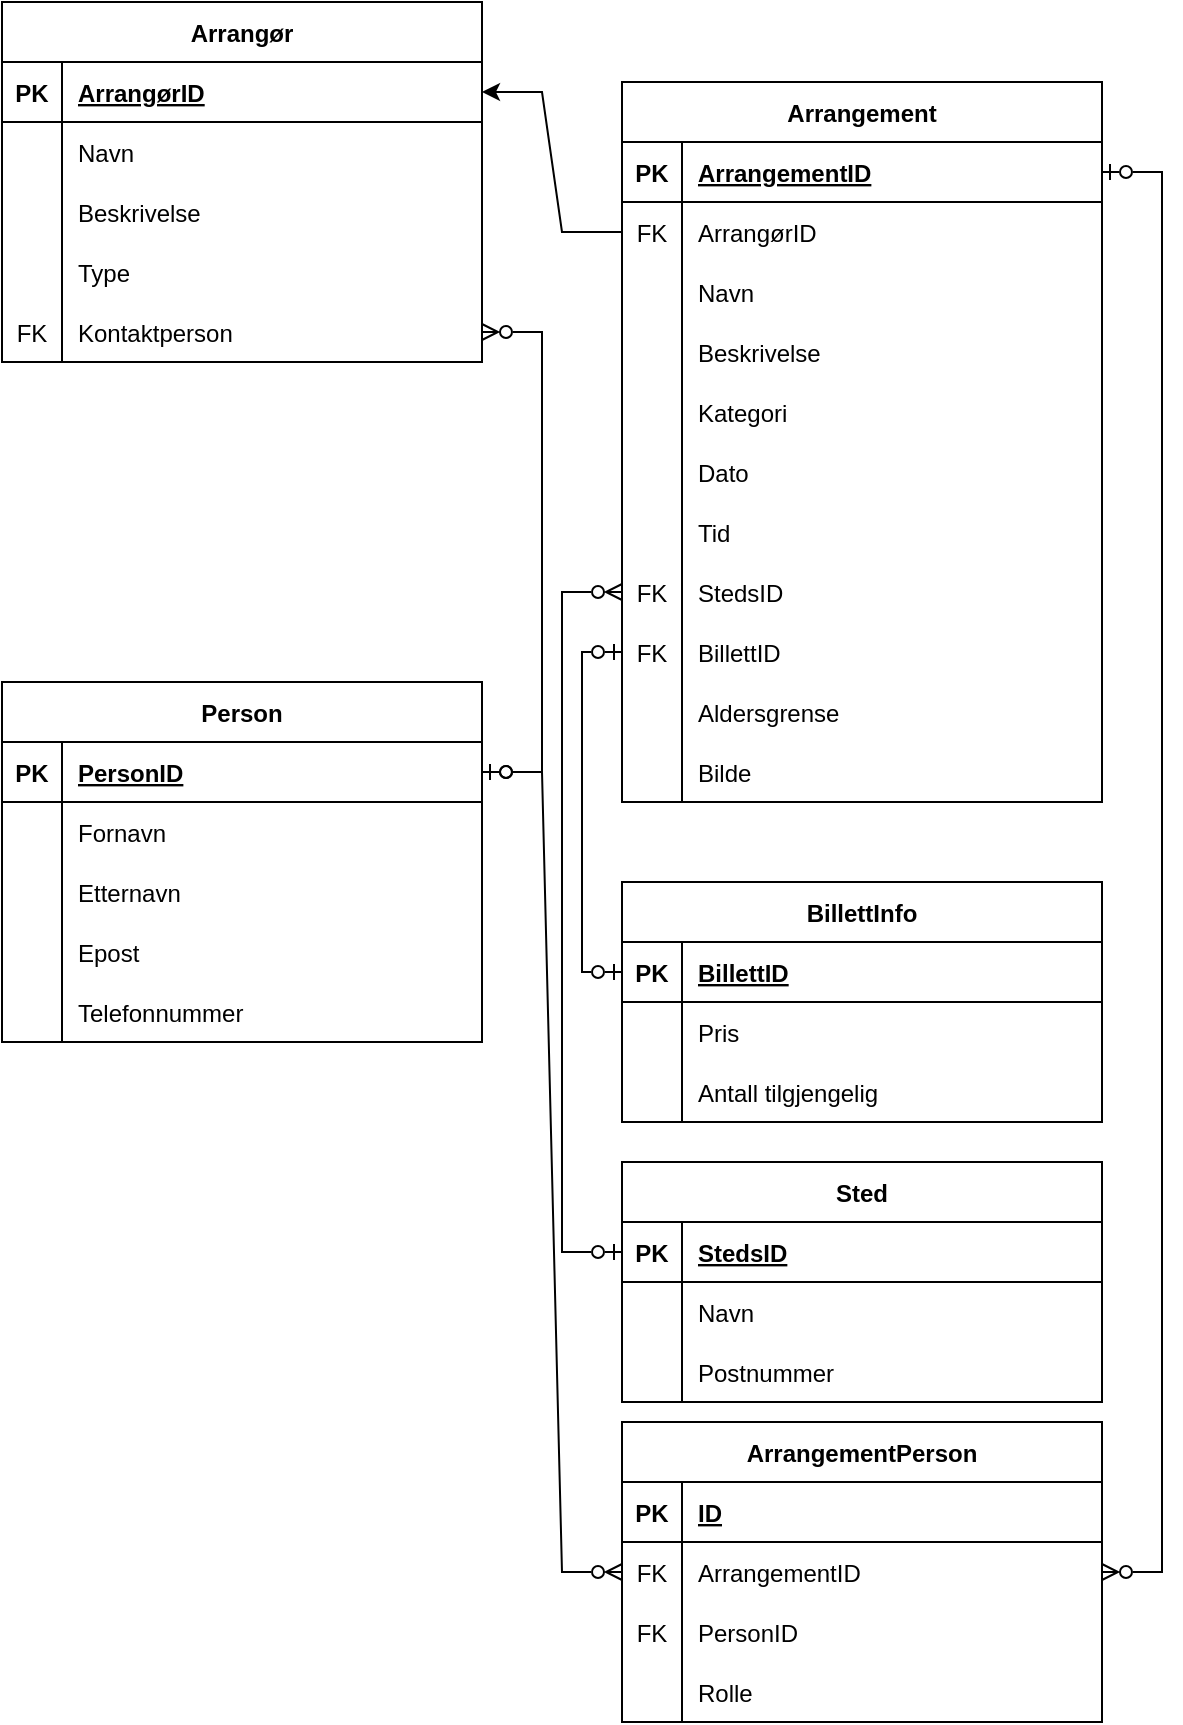
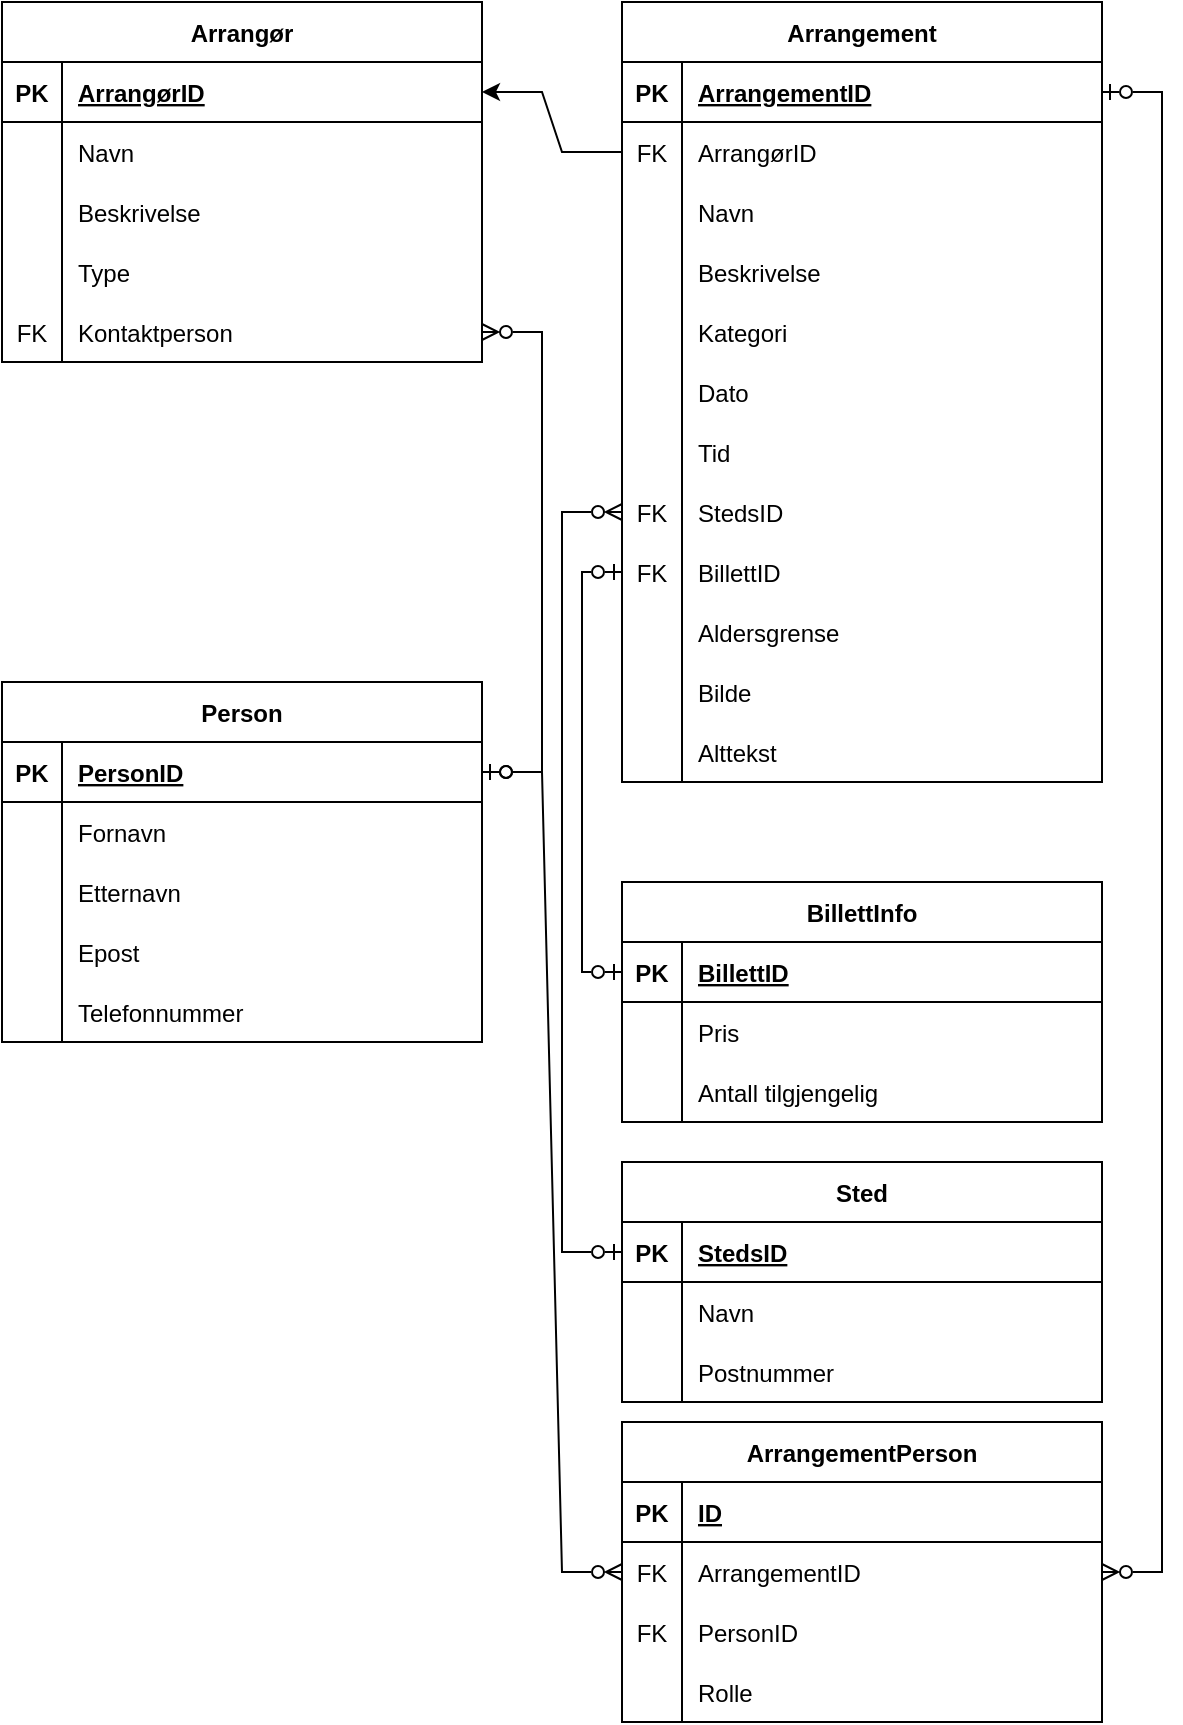
<mxfile host="Electron" agent="5.0 (Macintosh; Intel Mac OS X 10_14_6) AppleWebKit/537.36 (KHTML, like Gecko) Chrome/83.0.4103.116 Safari/537.36">
  <diagram id="R2lEEEUBdFMjLlhIrx00" name="Page-1">
-     <mxGraphModel dx="1186" dy="1113" grid="1" gridSize="10" guides="1" tooltips="1" connect="1" arrows="1" fold="1" page="1" pageScale="1" pageWidth="850" pageHeight="1100" math="0" shadow="0" extFonts="Permanent Marker^https://fonts.googleapis.com/css?family=Permanent+Marker">
+     <mxGraphModel dx="664" dy="623" grid="1" gridSize="10" guides="1" tooltips="1" connect="1" arrows="1" fold="1" page="1" pageScale="1" pageWidth="850" pageHeight="1100" math="0" shadow="0" extFonts="Permanent Marker^https://fonts.googleapis.com/css?family=Permanent+Marker">
      <root>
        <mxCell id="0" />
        <mxCell id="1" parent="0" />
        <mxCell id="C-vyLk0tnHw3VtMMgP7b-23" parent="1" style="shape=table;startSize=30;container=1;collapsible=1;childLayout=tableLayout;fixedRows=1;rowLines=0;fontStyle=1;align=center;resizeLast=1;verticalAlign=middle;" value="Arrangør" vertex="1">
          <mxGeometry height="180" width="240" x="10" y="10" as="geometry" />
        </mxCell>
        <mxCell id="C-vyLk0tnHw3VtMMgP7b-24" parent="C-vyLk0tnHw3VtMMgP7b-23" style="shape=partialRectangle;collapsible=0;dropTarget=0;pointerEvents=0;fillColor=none;points=[[0,0.5],[1,0.5]];portConstraint=eastwest;top=0;left=0;right=0;bottom=1;" value="" vertex="1">
          <mxGeometry height="30" width="240" y="30" as="geometry" />
        </mxCell>
        <mxCell id="C-vyLk0tnHw3VtMMgP7b-25" parent="C-vyLk0tnHw3VtMMgP7b-24" style="shape=partialRectangle;overflow=hidden;connectable=0;fillColor=none;top=0;left=0;bottom=0;right=0;fontStyle=1;" value="PK" vertex="1">
          <mxGeometry height="30" width="30" as="geometry">
            <mxRectangle height="30" width="30" as="alternateBounds" />
          </mxGeometry>
        </mxCell>
        <mxCell id="C-vyLk0tnHw3VtMMgP7b-26" parent="C-vyLk0tnHw3VtMMgP7b-24" style="shape=partialRectangle;overflow=hidden;connectable=0;fillColor=none;top=0;left=0;bottom=0;right=0;align=left;spacingLeft=6;fontStyle=5;" value="ArrangørID" vertex="1">
          <mxGeometry height="30" width="210" x="30" as="geometry">
            <mxRectangle height="30" width="210" as="alternateBounds" />
          </mxGeometry>
        </mxCell>
        <mxCell id="C-vyLk0tnHw3VtMMgP7b-27" parent="C-vyLk0tnHw3VtMMgP7b-23" style="shape=partialRectangle;collapsible=0;dropTarget=0;pointerEvents=0;fillColor=none;points=[[0,0.5],[1,0.5]];portConstraint=eastwest;top=0;left=0;right=0;bottom=0;" value="" vertex="1">
          <mxGeometry height="30" width="240" y="60" as="geometry" />
        </mxCell>
        <mxCell id="C-vyLk0tnHw3VtMMgP7b-28" parent="C-vyLk0tnHw3VtMMgP7b-27" style="shape=partialRectangle;overflow=hidden;connectable=0;fillColor=none;top=0;left=0;bottom=0;right=0;" value="" vertex="1">
          <mxGeometry height="30" width="30" as="geometry">
            <mxRectangle height="30" width="30" as="alternateBounds" />
          </mxGeometry>
        </mxCell>
        <mxCell id="C-vyLk0tnHw3VtMMgP7b-29" parent="C-vyLk0tnHw3VtMMgP7b-27" style="shape=partialRectangle;overflow=hidden;connectable=0;fillColor=none;top=0;left=0;bottom=0;right=0;align=left;spacingLeft=6;" value="Navn" vertex="1">
          <mxGeometry height="30" width="210" x="30" as="geometry">
            <mxRectangle height="30" width="210" as="alternateBounds" />
          </mxGeometry>
        </mxCell>
        <mxCell id="1S-M44xLKcjsxalEJHOx-27" parent="C-vyLk0tnHw3VtMMgP7b-23" style="shape=partialRectangle;collapsible=0;dropTarget=0;pointerEvents=0;fillColor=none;points=[[0,0.5],[1,0.5]];portConstraint=eastwest;top=0;left=0;right=0;bottom=0;" vertex="1">
          <mxGeometry height="30" width="240" y="90" as="geometry" />
        </mxCell>
        <mxCell id="1S-M44xLKcjsxalEJHOx-28" parent="1S-M44xLKcjsxalEJHOx-27" style="shape=partialRectangle;overflow=hidden;connectable=0;fillColor=none;top=0;left=0;bottom=0;right=0;" vertex="1">
          <mxGeometry height="30" width="30" as="geometry">
            <mxRectangle height="30" width="30" as="alternateBounds" />
          </mxGeometry>
        </mxCell>
        <mxCell id="1S-M44xLKcjsxalEJHOx-29" parent="1S-M44xLKcjsxalEJHOx-27" style="shape=partialRectangle;overflow=hidden;connectable=0;fillColor=none;top=0;left=0;bottom=0;right=0;align=left;spacingLeft=6;" value="Beskrivelse" vertex="1">
          <mxGeometry height="30" width="210" x="30" as="geometry">
            <mxRectangle height="30" width="210" as="alternateBounds" />
          </mxGeometry>
        </mxCell>
        <mxCell id="1S-M44xLKcjsxalEJHOx-33" parent="C-vyLk0tnHw3VtMMgP7b-23" style="shape=partialRectangle;collapsible=0;dropTarget=0;pointerEvents=0;fillColor=none;points=[[0,0.5],[1,0.5]];portConstraint=eastwest;top=0;left=0;right=0;bottom=0;" vertex="1">
          <mxGeometry height="30" width="240" y="120" as="geometry" />
        </mxCell>
        <mxCell id="1S-M44xLKcjsxalEJHOx-34" parent="1S-M44xLKcjsxalEJHOx-33" style="shape=partialRectangle;overflow=hidden;connectable=0;fillColor=none;top=0;left=0;bottom=0;right=0;" vertex="1">
          <mxGeometry height="30" width="30" as="geometry">
            <mxRectangle height="30" width="30" as="alternateBounds" />
          </mxGeometry>
        </mxCell>
        <mxCell id="1S-M44xLKcjsxalEJHOx-35" parent="1S-M44xLKcjsxalEJHOx-33" style="shape=partialRectangle;overflow=hidden;connectable=0;fillColor=none;top=0;left=0;bottom=0;right=0;align=left;spacingLeft=6;" value="Type" vertex="1">
          <mxGeometry height="30" width="210" x="30" as="geometry">
            <mxRectangle height="30" width="210" as="alternateBounds" />
          </mxGeometry>
        </mxCell>
        <mxCell id="1S-M44xLKcjsxalEJHOx-58" parent="C-vyLk0tnHw3VtMMgP7b-23" style="shape=partialRectangle;collapsible=0;dropTarget=0;pointerEvents=0;fillColor=none;points=[[0,0.5],[1,0.5]];portConstraint=eastwest;top=0;left=0;right=0;bottom=0;" vertex="1">
          <mxGeometry height="30" width="240" y="150" as="geometry" />
        </mxCell>
        <mxCell id="1S-M44xLKcjsxalEJHOx-59" parent="1S-M44xLKcjsxalEJHOx-58" style="shape=partialRectangle;overflow=hidden;connectable=0;fillColor=none;top=0;left=0;bottom=0;right=0;" value="FK" vertex="1">
          <mxGeometry height="30" width="30" as="geometry">
            <mxRectangle height="30" width="30" as="alternateBounds" />
          </mxGeometry>
        </mxCell>
        <mxCell id="1S-M44xLKcjsxalEJHOx-60" parent="1S-M44xLKcjsxalEJHOx-58" style="shape=partialRectangle;overflow=hidden;connectable=0;fillColor=none;top=0;left=0;bottom=0;right=0;align=left;spacingLeft=6;" value="Kontaktperson" vertex="1">
          <mxGeometry height="30" width="210" x="30" as="geometry">
            <mxRectangle height="30" width="210" as="alternateBounds" />
          </mxGeometry>
        </mxCell>
        <mxCell id="1S-M44xLKcjsxalEJHOx-5" parent="1" style="shape=table;startSize=30;container=1;collapsible=1;childLayout=tableLayout;fixedRows=1;rowLines=0;fontStyle=1;align=center;resizeLast=1;verticalAlign=middle;" value="Arrangement" vertex="1">
-           <mxGeometry height="360" width="240" x="320" y="50" as="geometry" />
+           <mxGeometry height="390" width="240" x="320" y="10" as="geometry" />
        </mxCell>
        <mxCell id="1S-M44xLKcjsxalEJHOx-6" parent="1S-M44xLKcjsxalEJHOx-5" style="shape=partialRectangle;collapsible=0;dropTarget=0;pointerEvents=0;fillColor=none;points=[[0,0.5],[1,0.5]];portConstraint=eastwest;top=0;left=0;right=0;bottom=1;" value="" vertex="1">
          <mxGeometry height="30" width="240" y="30" as="geometry" />
        </mxCell>
        <mxCell id="1S-M44xLKcjsxalEJHOx-7" parent="1S-M44xLKcjsxalEJHOx-6" style="shape=partialRectangle;overflow=hidden;connectable=0;fillColor=none;top=0;left=0;bottom=0;right=0;fontStyle=1;" value="PK" vertex="1">
          <mxGeometry height="30" width="30" as="geometry">
            <mxRectangle height="30" width="30" as="alternateBounds" />
          </mxGeometry>
        </mxCell>
        <mxCell id="1S-M44xLKcjsxalEJHOx-8" parent="1S-M44xLKcjsxalEJHOx-6" style="shape=partialRectangle;overflow=hidden;connectable=0;fillColor=none;top=0;left=0;bottom=0;right=0;align=left;spacingLeft=6;fontStyle=5;" value="ArrangementID" vertex="1">
          <mxGeometry height="30" width="210" x="30" as="geometry">
            <mxRectangle height="30" width="210" as="alternateBounds" />
          </mxGeometry>
        </mxCell>
        <mxCell id="1S-M44xLKcjsxalEJHOx-106" parent="1S-M44xLKcjsxalEJHOx-5" style="shape=partialRectangle;collapsible=0;dropTarget=0;pointerEvents=0;fillColor=none;points=[[0,0.5],[1,0.5]];portConstraint=eastwest;top=0;left=0;right=0;bottom=0;" vertex="1">
          <mxGeometry height="30" width="240" y="60" as="geometry" />
        </mxCell>
        <mxCell id="1S-M44xLKcjsxalEJHOx-107" parent="1S-M44xLKcjsxalEJHOx-106" style="shape=partialRectangle;overflow=hidden;connectable=0;fillColor=none;top=0;left=0;bottom=0;right=0;" value="FK" vertex="1">
          <mxGeometry height="30" width="30" as="geometry">
            <mxRectangle height="30" width="30" as="alternateBounds" />
          </mxGeometry>
        </mxCell>
        <mxCell id="1S-M44xLKcjsxalEJHOx-108" parent="1S-M44xLKcjsxalEJHOx-106" style="shape=partialRectangle;overflow=hidden;connectable=0;fillColor=none;top=0;left=0;bottom=0;right=0;align=left;spacingLeft=6;" value="ArrangørID" vertex="1">
          <mxGeometry height="30" width="210" x="30" as="geometry">
            <mxRectangle height="30" width="210" as="alternateBounds" />
          </mxGeometry>
        </mxCell>
        <mxCell id="1S-M44xLKcjsxalEJHOx-9" parent="1S-M44xLKcjsxalEJHOx-5" style="shape=partialRectangle;collapsible=0;dropTarget=0;pointerEvents=0;fillColor=none;points=[[0,0.5],[1,0.5]];portConstraint=eastwest;top=0;left=0;right=0;bottom=0;" value="" vertex="1">
          <mxGeometry height="30" width="240" y="90" as="geometry" />
        </mxCell>
        <mxCell id="1S-M44xLKcjsxalEJHOx-10" parent="1S-M44xLKcjsxalEJHOx-9" style="shape=partialRectangle;overflow=hidden;connectable=0;fillColor=none;top=0;left=0;bottom=0;right=0;" value="" vertex="1">
          <mxGeometry height="30" width="30" as="geometry">
            <mxRectangle height="30" width="30" as="alternateBounds" />
          </mxGeometry>
        </mxCell>
        <mxCell id="1S-M44xLKcjsxalEJHOx-11" parent="1S-M44xLKcjsxalEJHOx-9" style="shape=partialRectangle;overflow=hidden;connectable=0;fillColor=none;top=0;left=0;bottom=0;right=0;align=left;spacingLeft=6;" value="Navn" vertex="1">
          <mxGeometry height="30" width="210" x="30" as="geometry">
            <mxRectangle height="30" width="210" as="alternateBounds" />
          </mxGeometry>
        </mxCell>
        <mxCell id="1S-M44xLKcjsxalEJHOx-24" parent="1S-M44xLKcjsxalEJHOx-5" style="shape=partialRectangle;collapsible=0;dropTarget=0;pointerEvents=0;fillColor=none;points=[[0,0.5],[1,0.5]];portConstraint=eastwest;top=0;left=0;right=0;bottom=0;" vertex="1">
          <mxGeometry height="30" width="240" y="120" as="geometry" />
        </mxCell>
        <mxCell id="1S-M44xLKcjsxalEJHOx-25" parent="1S-M44xLKcjsxalEJHOx-24" style="shape=partialRectangle;overflow=hidden;connectable=0;fillColor=none;top=0;left=0;bottom=0;right=0;" vertex="1">
          <mxGeometry height="30" width="30" as="geometry">
            <mxRectangle height="30" width="30" as="alternateBounds" />
          </mxGeometry>
        </mxCell>
        <mxCell id="1S-M44xLKcjsxalEJHOx-26" parent="1S-M44xLKcjsxalEJHOx-24" style="shape=partialRectangle;overflow=hidden;connectable=0;fillColor=none;top=0;left=0;bottom=0;right=0;align=left;spacingLeft=6;" value="Beskrivelse" vertex="1">
          <mxGeometry height="30" width="210" x="30" as="geometry">
            <mxRectangle height="30" width="210" as="alternateBounds" />
          </mxGeometry>
        </mxCell>
        <mxCell id="1S-M44xLKcjsxalEJHOx-30" parent="1S-M44xLKcjsxalEJHOx-5" style="shape=partialRectangle;collapsible=0;dropTarget=0;pointerEvents=0;fillColor=none;points=[[0,0.5],[1,0.5]];portConstraint=eastwest;top=0;left=0;right=0;bottom=0;" vertex="1">
          <mxGeometry height="30" width="240" y="150" as="geometry" />
        </mxCell>
        <mxCell id="1S-M44xLKcjsxalEJHOx-31" parent="1S-M44xLKcjsxalEJHOx-30" style="shape=partialRectangle;overflow=hidden;connectable=0;fillColor=none;top=0;left=0;bottom=0;right=0;" vertex="1">
          <mxGeometry height="30" width="30" as="geometry">
            <mxRectangle height="30" width="30" as="alternateBounds" />
          </mxGeometry>
        </mxCell>
        <mxCell id="1S-M44xLKcjsxalEJHOx-32" parent="1S-M44xLKcjsxalEJHOx-30" style="shape=partialRectangle;overflow=hidden;connectable=0;fillColor=none;top=0;left=0;bottom=0;right=0;align=left;spacingLeft=6;" value="Kategori" vertex="1">
          <mxGeometry height="30" width="210" x="30" as="geometry">
            <mxRectangle height="30" width="210" as="alternateBounds" />
          </mxGeometry>
        </mxCell>
        <mxCell id="1S-M44xLKcjsxalEJHOx-15" parent="1S-M44xLKcjsxalEJHOx-5" style="shape=partialRectangle;collapsible=0;dropTarget=0;pointerEvents=0;fillColor=none;points=[[0,0.5],[1,0.5]];portConstraint=eastwest;top=0;left=0;right=0;bottom=0;" vertex="1">
          <mxGeometry height="30" width="240" y="180" as="geometry" />
        </mxCell>
        <mxCell id="1S-M44xLKcjsxalEJHOx-16" parent="1S-M44xLKcjsxalEJHOx-15" style="shape=partialRectangle;overflow=hidden;connectable=0;fillColor=none;top=0;left=0;bottom=0;right=0;" vertex="1">
          <mxGeometry height="30" width="30" as="geometry">
            <mxRectangle height="30" width="30" as="alternateBounds" />
          </mxGeometry>
        </mxCell>
        <mxCell id="1S-M44xLKcjsxalEJHOx-17" parent="1S-M44xLKcjsxalEJHOx-15" style="shape=partialRectangle;overflow=hidden;connectable=0;fillColor=none;top=0;left=0;bottom=0;right=0;align=left;spacingLeft=6;" value="Dato" vertex="1">
          <mxGeometry height="30" width="210" x="30" as="geometry">
            <mxRectangle height="30" width="210" as="alternateBounds" />
          </mxGeometry>
        </mxCell>
        <mxCell id="1S-M44xLKcjsxalEJHOx-181" parent="1S-M44xLKcjsxalEJHOx-5" style="shape=partialRectangle;collapsible=0;dropTarget=0;pointerEvents=0;fillColor=none;points=[[0,0.5],[1,0.5]];portConstraint=eastwest;top=0;left=0;right=0;bottom=0;" vertex="1">
          <mxGeometry height="30" width="240" y="210" as="geometry" />
        </mxCell>
        <mxCell id="1S-M44xLKcjsxalEJHOx-182" parent="1S-M44xLKcjsxalEJHOx-181" style="shape=partialRectangle;overflow=hidden;connectable=0;fillColor=none;top=0;left=0;bottom=0;right=0;" vertex="1">
          <mxGeometry height="30" width="30" as="geometry">
            <mxRectangle height="30" width="30" as="alternateBounds" />
          </mxGeometry>
        </mxCell>
        <mxCell id="1S-M44xLKcjsxalEJHOx-183" parent="1S-M44xLKcjsxalEJHOx-181" style="shape=partialRectangle;overflow=hidden;connectable=0;fillColor=none;top=0;left=0;bottom=0;right=0;align=left;spacingLeft=6;" value="Tid" vertex="1">
          <mxGeometry height="30" width="210" x="30" as="geometry">
            <mxRectangle height="30" width="210" as="alternateBounds" />
          </mxGeometry>
        </mxCell>
        <mxCell id="1S-M44xLKcjsxalEJHOx-18" parent="1S-M44xLKcjsxalEJHOx-5" style="shape=partialRectangle;collapsible=0;dropTarget=0;pointerEvents=0;fillColor=none;points=[[0,0.5],[1,0.5]];portConstraint=eastwest;top=0;left=0;right=0;bottom=0;" vertex="1">
          <mxGeometry height="30" width="240" y="240" as="geometry" />
        </mxCell>
        <mxCell id="1S-M44xLKcjsxalEJHOx-19" parent="1S-M44xLKcjsxalEJHOx-18" style="shape=partialRectangle;overflow=hidden;connectable=0;fillColor=none;top=0;left=0;bottom=0;right=0;" value="FK" vertex="1">
          <mxGeometry height="30" width="30" as="geometry">
            <mxRectangle height="30" width="30" as="alternateBounds" />
          </mxGeometry>
        </mxCell>
        <mxCell id="1S-M44xLKcjsxalEJHOx-20" parent="1S-M44xLKcjsxalEJHOx-18" style="shape=partialRectangle;overflow=hidden;connectable=0;fillColor=none;top=0;left=0;bottom=0;right=0;align=left;spacingLeft=6;" value="StedsID" vertex="1">
          <mxGeometry height="30" width="210" x="30" as="geometry">
            <mxRectangle height="30" width="210" as="alternateBounds" />
          </mxGeometry>
        </mxCell>
        <mxCell id="G64T71vgUDkfjkmJR2kD-2" parent="1S-M44xLKcjsxalEJHOx-5" style="shape=partialRectangle;collapsible=0;dropTarget=0;pointerEvents=0;fillColor=none;points=[[0,0.5],[1,0.5]];portConstraint=eastwest;top=0;left=0;right=0;bottom=0;" vertex="1">
          <mxGeometry height="30" width="240" y="270" as="geometry" />
        </mxCell>
        <mxCell id="G64T71vgUDkfjkmJR2kD-3" parent="G64T71vgUDkfjkmJR2kD-2" style="shape=partialRectangle;overflow=hidden;connectable=0;fillColor=none;top=0;left=0;bottom=0;right=0;" value="FK" vertex="1">
          <mxGeometry height="30" width="30" as="geometry">
            <mxRectangle height="30" width="30" as="alternateBounds" />
          </mxGeometry>
        </mxCell>
        <mxCell id="G64T71vgUDkfjkmJR2kD-4" parent="G64T71vgUDkfjkmJR2kD-2" style="shape=partialRectangle;overflow=hidden;connectable=0;fillColor=none;top=0;left=0;bottom=0;right=0;align=left;spacingLeft=6;" value="BillettID" vertex="1">
          <mxGeometry height="30" width="210" x="30" as="geometry">
            <mxRectangle height="30" width="210" as="alternateBounds" />
          </mxGeometry>
        </mxCell>
        <mxCell id="1S-M44xLKcjsxalEJHOx-93" parent="1S-M44xLKcjsxalEJHOx-5" style="shape=partialRectangle;collapsible=0;dropTarget=0;pointerEvents=0;fillColor=none;points=[[0,0.5],[1,0.5]];portConstraint=eastwest;top=0;left=0;right=0;bottom=0;" vertex="1">
          <mxGeometry height="30" width="240" y="300" as="geometry" />
        </mxCell>
        <mxCell id="1S-M44xLKcjsxalEJHOx-94" parent="1S-M44xLKcjsxalEJHOx-93" style="shape=partialRectangle;overflow=hidden;connectable=0;fillColor=none;top=0;left=0;bottom=0;right=0;" vertex="1">
          <mxGeometry height="30" width="30" as="geometry">
            <mxRectangle height="30" width="30" as="alternateBounds" />
          </mxGeometry>
        </mxCell>
        <mxCell id="1S-M44xLKcjsxalEJHOx-95" parent="1S-M44xLKcjsxalEJHOx-93" style="shape=partialRectangle;overflow=hidden;connectable=0;fillColor=none;top=0;left=0;bottom=0;right=0;align=left;spacingLeft=6;" value="Aldersgrense" vertex="1">
          <mxGeometry height="30" width="210" x="30" as="geometry">
            <mxRectangle height="30" width="210" as="alternateBounds" />
          </mxGeometry>
        </mxCell>
        <mxCell id="A2wQ_HmbxGF1lecq1gV0-1" parent="1S-M44xLKcjsxalEJHOx-5" style="shape=partialRectangle;collapsible=0;dropTarget=0;pointerEvents=0;fillColor=none;points=[[0,0.5],[1,0.5]];portConstraint=eastwest;top=0;left=0;right=0;bottom=0;" vertex="1">
          <mxGeometry height="30" width="240" y="330" as="geometry" />
        </mxCell>
        <mxCell id="A2wQ_HmbxGF1lecq1gV0-2" parent="A2wQ_HmbxGF1lecq1gV0-1" style="shape=partialRectangle;overflow=hidden;connectable=0;fillColor=none;top=0;left=0;bottom=0;right=0;" vertex="1">
          <mxGeometry height="30" width="30" as="geometry">
            <mxRectangle height="30" width="30" as="alternateBounds" />
          </mxGeometry>
        </mxCell>
        <mxCell id="A2wQ_HmbxGF1lecq1gV0-3" parent="A2wQ_HmbxGF1lecq1gV0-1" style="shape=partialRectangle;overflow=hidden;connectable=0;fillColor=none;top=0;left=0;bottom=0;right=0;align=left;spacingLeft=6;" value="Bilde" vertex="1">
+           <mxGeometry height="30" width="210" x="30" as="geometry">
+             <mxRectangle height="30" width="210" as="alternateBounds" />
+           </mxGeometry>
+         </mxCell>
+         <mxCell id="Oh1yPahPTa3W9YxjzJtB-1" parent="1S-M44xLKcjsxalEJHOx-5" style="shape=partialRectangle;collapsible=0;dropTarget=0;pointerEvents=0;fillColor=none;points=[[0,0.5],[1,0.5]];portConstraint=eastwest;top=0;left=0;right=0;bottom=0;" vertex="1">
+           <mxGeometry height="30" width="240" y="360" as="geometry" />
+         </mxCell>
+         <mxCell id="Oh1yPahPTa3W9YxjzJtB-2" parent="Oh1yPahPTa3W9YxjzJtB-1" style="shape=partialRectangle;overflow=hidden;connectable=0;fillColor=none;top=0;left=0;bottom=0;right=0;" vertex="1">
+           <mxGeometry height="30" width="30" as="geometry">
+             <mxRectangle height="30" width="30" as="alternateBounds" />
+           </mxGeometry>
+         </mxCell>
+         <mxCell id="Oh1yPahPTa3W9YxjzJtB-3" parent="Oh1yPahPTa3W9YxjzJtB-1" style="shape=partialRectangle;overflow=hidden;connectable=0;fillColor=none;top=0;left=0;bottom=0;right=0;align=left;spacingLeft=6;" value="Alttekst" vertex="1">
          <mxGeometry height="30" width="210" x="30" as="geometry">
            <mxRectangle height="30" width="210" as="alternateBounds" />
          </mxGeometry>
        </mxCell>
        <mxCell id="1S-M44xLKcjsxalEJHOx-36" parent="1" style="shape=table;startSize=30;container=1;collapsible=1;childLayout=tableLayout;fixedRows=1;rowLines=0;fontStyle=1;align=center;resizeLast=1;verticalAlign=middle;" value="Sted" vertex="1">
          <mxGeometry height="120" width="240" x="320" y="590" as="geometry" />
        </mxCell>
        <mxCell id="1S-M44xLKcjsxalEJHOx-37" parent="1S-M44xLKcjsxalEJHOx-36" style="shape=partialRectangle;collapsible=0;dropTarget=0;pointerEvents=0;fillColor=none;points=[[0,0.5],[1,0.5]];portConstraint=eastwest;top=0;left=0;right=0;bottom=1;" value="" vertex="1">
          <mxGeometry height="30" width="240" y="30" as="geometry" />
        </mxCell>
        <mxCell id="1S-M44xLKcjsxalEJHOx-38" parent="1S-M44xLKcjsxalEJHOx-37" style="shape=partialRectangle;overflow=hidden;connectable=0;fillColor=none;top=0;left=0;bottom=0;right=0;fontStyle=1;" value="PK" vertex="1">
          <mxGeometry height="30" width="30" as="geometry">
            <mxRectangle height="30" width="30" as="alternateBounds" />
          </mxGeometry>
        </mxCell>
        <mxCell id="1S-M44xLKcjsxalEJHOx-39" parent="1S-M44xLKcjsxalEJHOx-37" style="shape=partialRectangle;overflow=hidden;connectable=0;fillColor=none;top=0;left=0;bottom=0;right=0;align=left;spacingLeft=6;fontStyle=5;" value="StedsID" vertex="1">
          <mxGeometry height="30" width="210" x="30" as="geometry">
            <mxRectangle height="30" width="210" as="alternateBounds" />
          </mxGeometry>
        </mxCell>
        <mxCell id="1S-M44xLKcjsxalEJHOx-40" parent="1S-M44xLKcjsxalEJHOx-36" style="shape=partialRectangle;collapsible=0;dropTarget=0;pointerEvents=0;fillColor=none;points=[[0,0.5],[1,0.5]];portConstraint=eastwest;top=0;left=0;right=0;bottom=0;" value="" vertex="1">
          <mxGeometry height="30" width="240" y="60" as="geometry" />
        </mxCell>
        <mxCell id="1S-M44xLKcjsxalEJHOx-41" parent="1S-M44xLKcjsxalEJHOx-40" style="shape=partialRectangle;overflow=hidden;connectable=0;fillColor=none;top=0;left=0;bottom=0;right=0;" value="" vertex="1">
          <mxGeometry height="30" width="30" as="geometry">
            <mxRectangle height="30" width="30" as="alternateBounds" />
          </mxGeometry>
        </mxCell>
        <mxCell id="1S-M44xLKcjsxalEJHOx-42" parent="1S-M44xLKcjsxalEJHOx-40" style="shape=partialRectangle;overflow=hidden;connectable=0;fillColor=none;top=0;left=0;bottom=0;right=0;align=left;spacingLeft=6;" value="Navn" vertex="1">
          <mxGeometry height="30" width="210" x="30" as="geometry">
            <mxRectangle height="30" width="210" as="alternateBounds" />
          </mxGeometry>
        </mxCell>
        <mxCell id="1S-M44xLKcjsxalEJHOx-52" parent="1S-M44xLKcjsxalEJHOx-36" style="shape=partialRectangle;collapsible=0;dropTarget=0;pointerEvents=0;fillColor=none;points=[[0,0.5],[1,0.5]];portConstraint=eastwest;top=0;left=0;right=0;bottom=0;" vertex="1">
          <mxGeometry height="30" width="240" y="90" as="geometry" />
        </mxCell>
        <mxCell id="1S-M44xLKcjsxalEJHOx-53" parent="1S-M44xLKcjsxalEJHOx-52" style="shape=partialRectangle;overflow=hidden;connectable=0;fillColor=none;top=0;left=0;bottom=0;right=0;" vertex="1">
          <mxGeometry height="30" width="30" as="geometry">
            <mxRectangle height="30" width="30" as="alternateBounds" />
          </mxGeometry>
        </mxCell>
        <mxCell id="1S-M44xLKcjsxalEJHOx-54" parent="1S-M44xLKcjsxalEJHOx-52" style="shape=partialRectangle;overflow=hidden;connectable=0;fillColor=none;top=0;left=0;bottom=0;right=0;align=left;spacingLeft=6;" value="Postnummer" vertex="1">
          <mxGeometry height="30" width="210" x="30" as="geometry">
            <mxRectangle height="30" width="210" as="alternateBounds" />
          </mxGeometry>
        </mxCell>
        <mxCell id="1S-M44xLKcjsxalEJHOx-74" parent="1" style="shape=table;startSize=30;container=1;collapsible=1;childLayout=tableLayout;fixedRows=1;rowLines=0;fontStyle=1;align=center;resizeLast=1;verticalAlign=middle;" value="BillettInfo" vertex="1">
          <mxGeometry height="120" width="240" x="320" y="450" as="geometry" />
        </mxCell>
        <mxCell id="1S-M44xLKcjsxalEJHOx-75" parent="1S-M44xLKcjsxalEJHOx-74" style="shape=partialRectangle;collapsible=0;dropTarget=0;pointerEvents=0;fillColor=none;points=[[0,0.5],[1,0.5]];portConstraint=eastwest;top=0;left=0;right=0;bottom=1;" value="" vertex="1">
          <mxGeometry height="30" width="240" y="30" as="geometry" />
        </mxCell>
        <mxCell id="1S-M44xLKcjsxalEJHOx-76" parent="1S-M44xLKcjsxalEJHOx-75" style="shape=partialRectangle;overflow=hidden;connectable=0;fillColor=none;top=0;left=0;bottom=0;right=0;fontStyle=1;" value="PK" vertex="1">
          <mxGeometry height="30" width="30" as="geometry">
            <mxRectangle height="30" width="30" as="alternateBounds" />
          </mxGeometry>
        </mxCell>
        <mxCell id="1S-M44xLKcjsxalEJHOx-77" parent="1S-M44xLKcjsxalEJHOx-75" style="shape=partialRectangle;overflow=hidden;connectable=0;fillColor=none;top=0;left=0;bottom=0;right=0;align=left;spacingLeft=6;fontStyle=5;" value="BillettID" vertex="1">
          <mxGeometry height="30" width="210" x="30" as="geometry">
            <mxRectangle height="30" width="210" as="alternateBounds" />
          </mxGeometry>
        </mxCell>
        <mxCell id="1S-M44xLKcjsxalEJHOx-78" parent="1S-M44xLKcjsxalEJHOx-74" style="shape=partialRectangle;collapsible=0;dropTarget=0;pointerEvents=0;fillColor=none;points=[[0,0.5],[1,0.5]];portConstraint=eastwest;top=0;left=0;right=0;bottom=0;" value="" vertex="1">
          <mxGeometry height="30" width="240" y="60" as="geometry" />
        </mxCell>
        <mxCell id="1S-M44xLKcjsxalEJHOx-79" parent="1S-M44xLKcjsxalEJHOx-78" style="shape=partialRectangle;overflow=hidden;connectable=0;fillColor=none;top=0;left=0;bottom=0;right=0;" value="" vertex="1">
          <mxGeometry height="30" width="30" as="geometry">
            <mxRectangle height="30" width="30" as="alternateBounds" />
          </mxGeometry>
        </mxCell>
        <mxCell id="1S-M44xLKcjsxalEJHOx-80" parent="1S-M44xLKcjsxalEJHOx-78" style="shape=partialRectangle;overflow=hidden;connectable=0;fillColor=none;top=0;left=0;bottom=0;right=0;align=left;spacingLeft=6;" value="Pris" vertex="1">
          <mxGeometry height="30" width="210" x="30" as="geometry">
            <mxRectangle height="30" width="210" as="alternateBounds" />
          </mxGeometry>
        </mxCell>
        <mxCell id="1S-M44xLKcjsxalEJHOx-81" parent="1S-M44xLKcjsxalEJHOx-74" style="shape=partialRectangle;collapsible=0;dropTarget=0;pointerEvents=0;fillColor=none;points=[[0,0.5],[1,0.5]];portConstraint=eastwest;top=0;left=0;right=0;bottom=0;" vertex="1">
          <mxGeometry height="30" width="240" y="90" as="geometry" />
        </mxCell>
        <mxCell id="1S-M44xLKcjsxalEJHOx-82" parent="1S-M44xLKcjsxalEJHOx-81" style="shape=partialRectangle;overflow=hidden;connectable=0;fillColor=none;top=0;left=0;bottom=0;right=0;" vertex="1">
          <mxGeometry height="30" width="30" as="geometry">
            <mxRectangle height="30" width="30" as="alternateBounds" />
          </mxGeometry>
        </mxCell>
        <mxCell id="1S-M44xLKcjsxalEJHOx-83" parent="1S-M44xLKcjsxalEJHOx-81" style="shape=partialRectangle;overflow=hidden;connectable=0;fillColor=none;top=0;left=0;bottom=0;right=0;align=left;spacingLeft=6;" value="Antall tilgjengelig" vertex="1">
          <mxGeometry height="30" width="210" x="30" as="geometry">
            <mxRectangle height="30" width="210" as="alternateBounds" />
          </mxGeometry>
        </mxCell>
        <mxCell id="1S-M44xLKcjsxalEJHOx-115" parent="1" style="shape=table;startSize=30;container=1;collapsible=1;childLayout=tableLayout;fixedRows=1;rowLines=0;fontStyle=1;align=center;resizeLast=1;verticalAlign=middle;" value="ArrangementPerson" vertex="1">
          <mxGeometry height="150" width="240" x="320" y="720" as="geometry" />
        </mxCell>
        <mxCell id="1S-M44xLKcjsxalEJHOx-116" parent="1S-M44xLKcjsxalEJHOx-115" style="shape=partialRectangle;collapsible=0;dropTarget=0;pointerEvents=0;fillColor=none;points=[[0,0.5],[1,0.5]];portConstraint=eastwest;top=0;left=0;right=0;bottom=1;" value="" vertex="1">
          <mxGeometry height="30" width="240" y="30" as="geometry" />
        </mxCell>
        <mxCell id="1S-M44xLKcjsxalEJHOx-117" parent="1S-M44xLKcjsxalEJHOx-116" style="shape=partialRectangle;overflow=hidden;connectable=0;fillColor=none;top=0;left=0;bottom=0;right=0;fontStyle=1;" value="PK" vertex="1">
          <mxGeometry height="30" width="30" as="geometry">
            <mxRectangle height="30" width="30" as="alternateBounds" />
          </mxGeometry>
        </mxCell>
        <mxCell id="1S-M44xLKcjsxalEJHOx-118" parent="1S-M44xLKcjsxalEJHOx-116" style="shape=partialRectangle;overflow=hidden;connectable=0;fillColor=none;top=0;left=0;bottom=0;right=0;align=left;spacingLeft=6;fontStyle=5;" value="ID" vertex="1">
          <mxGeometry height="30" width="210" x="30" as="geometry">
            <mxRectangle height="30" width="210" as="alternateBounds" />
          </mxGeometry>
        </mxCell>
        <mxCell id="1S-M44xLKcjsxalEJHOx-119" parent="1S-M44xLKcjsxalEJHOx-115" style="shape=partialRectangle;collapsible=0;dropTarget=0;pointerEvents=0;fillColor=none;points=[[0,0.5],[1,0.5]];portConstraint=eastwest;top=0;left=0;right=0;bottom=0;" value="" vertex="1">
          <mxGeometry height="30" width="240" y="60" as="geometry" />
        </mxCell>
        <mxCell id="1S-M44xLKcjsxalEJHOx-120" parent="1S-M44xLKcjsxalEJHOx-119" style="shape=partialRectangle;overflow=hidden;connectable=0;fillColor=none;top=0;left=0;bottom=0;right=0;" value="FK" vertex="1">
          <mxGeometry height="30" width="30" as="geometry">
            <mxRectangle height="30" width="30" as="alternateBounds" />
          </mxGeometry>
        </mxCell>
        <mxCell id="1S-M44xLKcjsxalEJHOx-121" parent="1S-M44xLKcjsxalEJHOx-119" style="shape=partialRectangle;overflow=hidden;connectable=0;fillColor=none;top=0;left=0;bottom=0;right=0;align=left;spacingLeft=6;" value="ArrangementID" vertex="1">
          <mxGeometry height="30" width="210" x="30" as="geometry">
            <mxRectangle height="30" width="210" as="alternateBounds" />
          </mxGeometry>
        </mxCell>
        <mxCell id="1S-M44xLKcjsxalEJHOx-122" parent="1S-M44xLKcjsxalEJHOx-115" style="shape=partialRectangle;collapsible=0;dropTarget=0;pointerEvents=0;fillColor=none;points=[[0,0.5],[1,0.5]];portConstraint=eastwest;top=0;left=0;right=0;bottom=0;" vertex="1">
          <mxGeometry height="30" width="240" y="90" as="geometry" />
        </mxCell>
        <mxCell id="1S-M44xLKcjsxalEJHOx-123" parent="1S-M44xLKcjsxalEJHOx-122" style="shape=partialRectangle;overflow=hidden;connectable=0;fillColor=none;top=0;left=0;bottom=0;right=0;" value="FK" vertex="1">
          <mxGeometry height="30" width="30" as="geometry">
            <mxRectangle height="30" width="30" as="alternateBounds" />
          </mxGeometry>
        </mxCell>
        <mxCell id="1S-M44xLKcjsxalEJHOx-124" parent="1S-M44xLKcjsxalEJHOx-122" style="shape=partialRectangle;overflow=hidden;connectable=0;fillColor=none;top=0;left=0;bottom=0;right=0;align=left;spacingLeft=6;" value="PersonID" vertex="1">
          <mxGeometry height="30" width="210" x="30" as="geometry">
            <mxRectangle height="30" width="210" as="alternateBounds" />
          </mxGeometry>
        </mxCell>
        <mxCell id="1S-M44xLKcjsxalEJHOx-125" parent="1S-M44xLKcjsxalEJHOx-115" style="shape=partialRectangle;collapsible=0;dropTarget=0;pointerEvents=0;fillColor=none;points=[[0,0.5],[1,0.5]];portConstraint=eastwest;top=0;left=0;right=0;bottom=0;" vertex="1">
          <mxGeometry height="30" width="240" y="120" as="geometry" />
        </mxCell>
        <mxCell id="1S-M44xLKcjsxalEJHOx-126" parent="1S-M44xLKcjsxalEJHOx-125" style="shape=partialRectangle;overflow=hidden;connectable=0;fillColor=none;top=0;left=0;bottom=0;right=0;" vertex="1">
          <mxGeometry height="30" width="30" as="geometry">
            <mxRectangle height="30" width="30" as="alternateBounds" />
          </mxGeometry>
        </mxCell>
        <mxCell id="1S-M44xLKcjsxalEJHOx-127" parent="1S-M44xLKcjsxalEJHOx-125" style="shape=partialRectangle;overflow=hidden;connectable=0;fillColor=none;top=0;left=0;bottom=0;right=0;align=left;spacingLeft=6;" value="Rolle" vertex="1">
          <mxGeometry height="30" width="210" x="30" as="geometry">
            <mxRectangle height="30" width="210" as="alternateBounds" />
          </mxGeometry>
        </mxCell>
        <mxCell id="1S-M44xLKcjsxalEJHOx-128" parent="1" style="shape=table;startSize=30;container=1;collapsible=1;childLayout=tableLayout;fixedRows=1;rowLines=0;fontStyle=1;align=center;resizeLast=1;verticalAlign=middle;" value="Person" vertex="1">
          <mxGeometry height="180" width="240" x="10" y="350" as="geometry" />
        </mxCell>
        <mxCell id="1S-M44xLKcjsxalEJHOx-129" parent="1S-M44xLKcjsxalEJHOx-128" style="shape=partialRectangle;collapsible=0;dropTarget=0;pointerEvents=0;fillColor=none;points=[[0,0.5],[1,0.5]];portConstraint=eastwest;top=0;left=0;right=0;bottom=1;" value="" vertex="1">
          <mxGeometry height="30" width="240" y="30" as="geometry" />
        </mxCell>
        <mxCell id="1S-M44xLKcjsxalEJHOx-130" parent="1S-M44xLKcjsxalEJHOx-129" style="shape=partialRectangle;overflow=hidden;connectable=0;fillColor=none;top=0;left=0;bottom=0;right=0;fontStyle=1;" value="PK" vertex="1">
          <mxGeometry height="30" width="30" as="geometry">
            <mxRectangle height="30" width="30" as="alternateBounds" />
          </mxGeometry>
        </mxCell>
        <mxCell id="1S-M44xLKcjsxalEJHOx-131" parent="1S-M44xLKcjsxalEJHOx-129" style="shape=partialRectangle;overflow=hidden;connectable=0;fillColor=none;top=0;left=0;bottom=0;right=0;align=left;spacingLeft=6;fontStyle=5;" value="PersonID" vertex="1">
          <mxGeometry height="30" width="210" x="30" as="geometry">
            <mxRectangle height="30" width="210" as="alternateBounds" />
          </mxGeometry>
        </mxCell>
        <mxCell id="1S-M44xLKcjsxalEJHOx-132" parent="1S-M44xLKcjsxalEJHOx-128" style="shape=partialRectangle;collapsible=0;dropTarget=0;pointerEvents=0;fillColor=none;points=[[0,0.5],[1,0.5]];portConstraint=eastwest;top=0;left=0;right=0;bottom=0;" value="" vertex="1">
          <mxGeometry height="30" width="240" y="60" as="geometry" />
        </mxCell>
        <mxCell id="1S-M44xLKcjsxalEJHOx-133" parent="1S-M44xLKcjsxalEJHOx-132" style="shape=partialRectangle;overflow=hidden;connectable=0;fillColor=none;top=0;left=0;bottom=0;right=0;" value="" vertex="1">
          <mxGeometry height="30" width="30" as="geometry">
            <mxRectangle height="30" width="30" as="alternateBounds" />
          </mxGeometry>
        </mxCell>
        <mxCell id="1S-M44xLKcjsxalEJHOx-134" parent="1S-M44xLKcjsxalEJHOx-132" style="shape=partialRectangle;overflow=hidden;connectable=0;fillColor=none;top=0;left=0;bottom=0;right=0;align=left;spacingLeft=6;" value="Fornavn" vertex="1">
          <mxGeometry height="30" width="210" x="30" as="geometry">
            <mxRectangle height="30" width="210" as="alternateBounds" />
          </mxGeometry>
        </mxCell>
        <mxCell id="1S-M44xLKcjsxalEJHOx-135" parent="1S-M44xLKcjsxalEJHOx-128" style="shape=partialRectangle;collapsible=0;dropTarget=0;pointerEvents=0;fillColor=none;points=[[0,0.5],[1,0.5]];portConstraint=eastwest;top=0;left=0;right=0;bottom=0;" vertex="1">
          <mxGeometry height="30" width="240" y="90" as="geometry" />
        </mxCell>
        <mxCell id="1S-M44xLKcjsxalEJHOx-136" parent="1S-M44xLKcjsxalEJHOx-135" style="shape=partialRectangle;overflow=hidden;connectable=0;fillColor=none;top=0;left=0;bottom=0;right=0;" value="" vertex="1">
          <mxGeometry height="30" width="30" as="geometry">
            <mxRectangle height="30" width="30" as="alternateBounds" />
          </mxGeometry>
        </mxCell>
        <mxCell id="1S-M44xLKcjsxalEJHOx-137" parent="1S-M44xLKcjsxalEJHOx-135" style="shape=partialRectangle;overflow=hidden;connectable=0;fillColor=none;top=0;left=0;bottom=0;right=0;align=left;spacingLeft=6;" value="Etternavn" vertex="1">
          <mxGeometry height="30" width="210" x="30" as="geometry">
            <mxRectangle height="30" width="210" as="alternateBounds" />
          </mxGeometry>
        </mxCell>
        <mxCell id="1S-M44xLKcjsxalEJHOx-138" parent="1S-M44xLKcjsxalEJHOx-128" style="shape=partialRectangle;collapsible=0;dropTarget=0;pointerEvents=0;fillColor=none;points=[[0,0.5],[1,0.5]];portConstraint=eastwest;top=0;left=0;right=0;bottom=0;" vertex="1">
          <mxGeometry height="30" width="240" y="120" as="geometry" />
        </mxCell>
        <mxCell id="1S-M44xLKcjsxalEJHOx-139" parent="1S-M44xLKcjsxalEJHOx-138" style="shape=partialRectangle;overflow=hidden;connectable=0;fillColor=none;top=0;left=0;bottom=0;right=0;" vertex="1">
          <mxGeometry height="30" width="30" as="geometry">
            <mxRectangle height="30" width="30" as="alternateBounds" />
          </mxGeometry>
        </mxCell>
        <mxCell id="1S-M44xLKcjsxalEJHOx-140" parent="1S-M44xLKcjsxalEJHOx-138" style="shape=partialRectangle;overflow=hidden;connectable=0;fillColor=none;top=0;left=0;bottom=0;right=0;align=left;spacingLeft=6;" value="Epost" vertex="1">
          <mxGeometry height="30" width="210" x="30" as="geometry">
            <mxRectangle height="30" width="210" as="alternateBounds" />
          </mxGeometry>
        </mxCell>
        <mxCell id="1S-M44xLKcjsxalEJHOx-141" parent="1S-M44xLKcjsxalEJHOx-128" style="shape=partialRectangle;collapsible=0;dropTarget=0;pointerEvents=0;fillColor=none;points=[[0,0.5],[1,0.5]];portConstraint=eastwest;top=0;left=0;right=0;bottom=0;" vertex="1">
          <mxGeometry height="30" width="240" y="150" as="geometry" />
        </mxCell>
        <mxCell id="1S-M44xLKcjsxalEJHOx-142" parent="1S-M44xLKcjsxalEJHOx-141" style="shape=partialRectangle;overflow=hidden;connectable=0;fillColor=none;top=0;left=0;bottom=0;right=0;" vertex="1">
          <mxGeometry height="30" width="30" as="geometry">
            <mxRectangle height="30" width="30" as="alternateBounds" />
          </mxGeometry>
        </mxCell>
        <mxCell id="1S-M44xLKcjsxalEJHOx-143" parent="1S-M44xLKcjsxalEJHOx-141" style="shape=partialRectangle;overflow=hidden;connectable=0;fillColor=none;top=0;left=0;bottom=0;right=0;align=left;spacingLeft=6;" value="Telefonnummer" vertex="1">
          <mxGeometry height="30" width="210" x="30" as="geometry">
            <mxRectangle height="30" width="210" as="alternateBounds" />
          </mxGeometry>
        </mxCell>
        <mxCell id="1S-M44xLKcjsxalEJHOx-152" edge="1" parent="1" source="1S-M44xLKcjsxalEJHOx-106" style="edgeStyle=entityRelationEdgeStyle;shape=wire;rounded=0;orthogonalLoop=1;jettySize=auto;html=1;exitX=0;exitY=0.5;exitDx=0;exitDy=0;entryX=1;entryY=0.5;entryDx=0;entryDy=0;dashed=1;" target="C-vyLk0tnHw3VtMMgP7b-24">
          <mxGeometry relative="1" as="geometry" />
        </mxCell>
        <mxCell id="1S-M44xLKcjsxalEJHOx-167" edge="1" parent="1" source="1S-M44xLKcjsxalEJHOx-37" style="endArrow=ERzeroToMany;html=1;rounded=0;entryX=0;entryY=0.5;entryDx=0;entryDy=0;exitX=0;exitY=0.5;exitDx=0;exitDy=0;startArrow=ERzeroToOne;startFill=0;endFill=0;" target="1S-M44xLKcjsxalEJHOx-18" value="">
          <mxGeometry height="50" relative="1" width="50" as="geometry">
            <Array as="points">
              <mxPoint x="290" y="635" />
              <mxPoint x="290" y="455" />
              <mxPoint x="290" y="380" />
-               <mxPoint x="290" y="305" />
+               <mxPoint x="290" y="265" />
            </Array>
            <mxPoint x="300" y="450" as="sourcePoint" />
            <mxPoint x="300" y="300" as="targetPoint" />
          </mxGeometry>
        </mxCell>
        <mxCell id="1S-M44xLKcjsxalEJHOx-170" edge="1" parent="1" source="1S-M44xLKcjsxalEJHOx-75" style="endArrow=ERzeroToOne;html=1;rounded=0;entryX=0;entryY=0.5;entryDx=0;entryDy=0;exitX=0;exitY=0.5;exitDx=0;exitDy=0;endFill=0;startArrow=ERzeroToOne;startFill=0;" target="G64T71vgUDkfjkmJR2kD-2" value="">
          <mxGeometry height="50" relative="1" width="50" as="geometry">
            <Array as="points">
              <mxPoint x="300" y="495" />
              <mxPoint x="300" y="390" />
-               <mxPoint x="300" y="335" />
+               <mxPoint x="300" y="295" />
            </Array>
            <mxPoint x="270" y="340" as="sourcePoint" />
            <mxPoint x="320" y="340" as="targetPoint" />
          </mxGeometry>
        </mxCell>
        <mxCell id="1S-M44xLKcjsxalEJHOx-175" edge="1" parent="1" source="1S-M44xLKcjsxalEJHOx-119" style="endArrow=ERzeroToOne;html=1;rounded=0;exitX=1;exitY=0.5;exitDx=0;exitDy=0;entryX=1;entryY=0.5;entryDx=0;entryDy=0;endFill=0;startArrow=ERzeroToMany;startFill=0;" target="1S-M44xLKcjsxalEJHOx-6" value="">
          <mxGeometry height="50" relative="1" width="50" as="geometry">
            <Array as="points">
              <mxPoint x="590" y="795" />
              <mxPoint x="590" y="625" />
              <mxPoint x="590" y="360" />
-               <mxPoint x="590" y="95" />
+               <mxPoint x="590" y="55" />
            </Array>
            <mxPoint x="610" y="470" as="sourcePoint" />
            <mxPoint x="660" y="420" as="targetPoint" />
          </mxGeometry>
        </mxCell>
        <mxCell id="1S-M44xLKcjsxalEJHOx-179" edge="1" parent="1" source="1S-M44xLKcjsxalEJHOx-58" style="edgeStyle=entityRelationEdgeStyle;shape=wire;rounded=0;orthogonalLoop=1;jettySize=auto;html=1;exitX=1;exitY=0.5;exitDx=0;exitDy=0;dashed=1;endArrow=ERzeroToOne;endFill=0;startArrow=ERzeroToMany;startFill=0;" target="1S-M44xLKcjsxalEJHOx-129">
          <mxGeometry relative="1" as="geometry" />
        </mxCell>
        <mxCell id="1S-M44xLKcjsxalEJHOx-180" edge="1" parent="1" source="1S-M44xLKcjsxalEJHOx-119" style="edgeStyle=entityRelationEdgeStyle;shape=wire;rounded=0;orthogonalLoop=1;jettySize=auto;html=1;exitX=0;exitY=0.5;exitDx=0;exitDy=0;entryX=1;entryY=0.5;entryDx=0;entryDy=0;dashed=1;endArrow=ERzeroToOne;endFill=0;startArrow=ERzeroToMany;startFill=0;" target="1S-M44xLKcjsxalEJHOx-129">
          <mxGeometry relative="1" as="geometry" />
        </mxCell>
      </root>
    </mxGraphModel>
  </diagram>
</mxfile>
